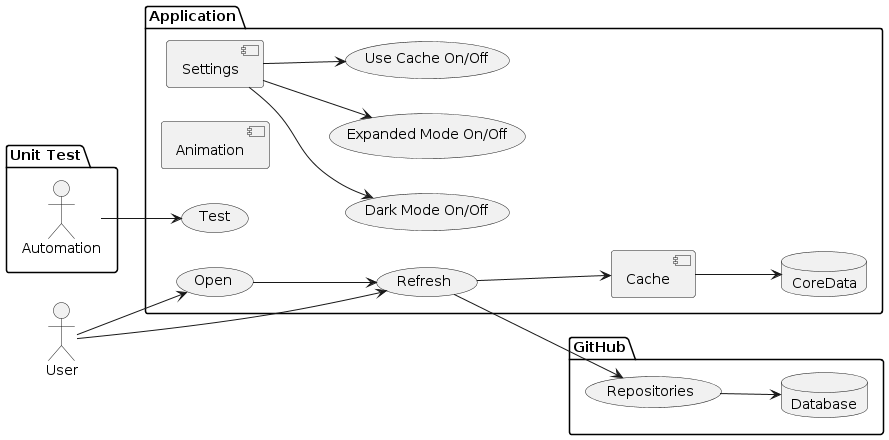
Above: assets/UseCase.png in southfox/SwiftUIGitHubClient (PlantUML), before the change.
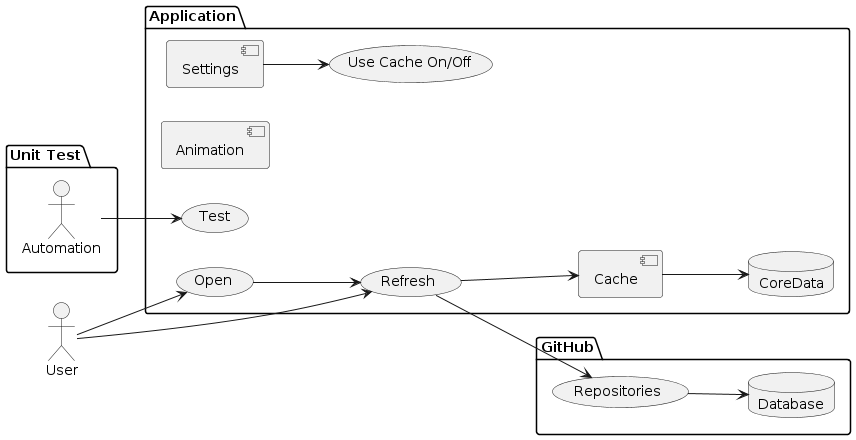
Later version of the same file.

Diff of the diagram source:
```diff
@@ -12,8 +12,6 @@
   component Cache
   component Animation
   component Settings
-  usecase "Dark Mode On/Off" as isDarkMode
-  usecase "Expanded Mode On/Off" as isExpandedMode
   usecase "Use Cache On/Off" as isCacheMode
 }
 package GitHub {
@@ -29,7 +27,5 @@
 UC2 --> Cache
 Rep --> DB
 Cache --> CD
-Settings --> isDarkMode
-Settings --> isExpandedMode
 Settings --> isCacheMode
 @enduml
```
